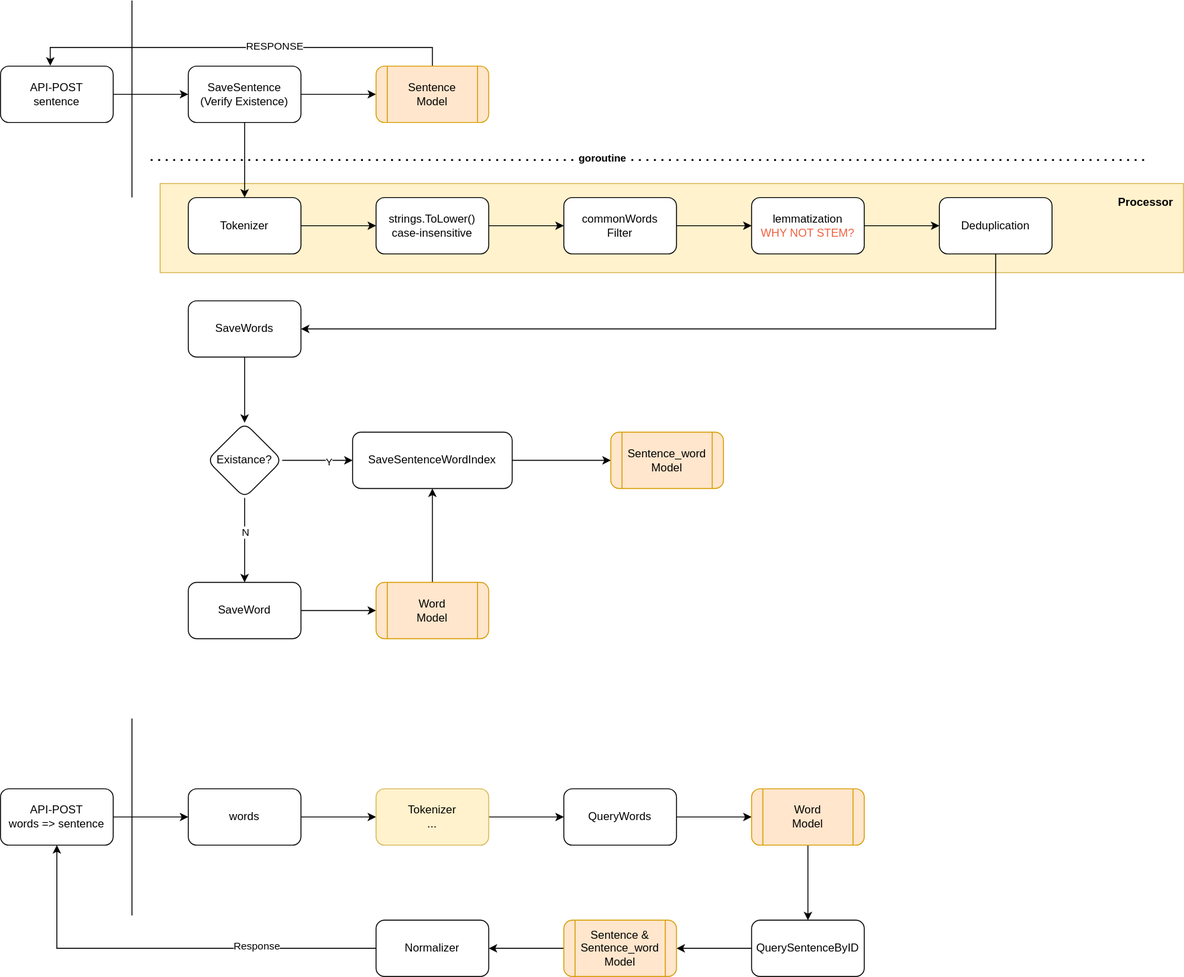
The draw.io diagram static/img/langs/go/sentence-module.svg in yayapao/docshub, before a commit. Source tidied: cells renumbered, new cells last; positions are measured from the earlier drawing's top-left corner, leaving out a move shared by most shapes. Source of this version:
```xml
<mxGraphModel>
  <root>
    <mxCell id="0" />
    <mxCell id="1" parent="0" />
    <mxCell id="2" style="rounded=0;whiteSpace=wrap;html=1;fillColor=#fff2cc;strokeColor=#d6b656;" parent="1" vertex="1">
      <mxGeometry x="170" y="195" width="1090" height="95" as="geometry" />
    </mxCell>
    <mxCell id="3" style="edgeStyle=orthogonalEdgeStyle;rounded=0;jettySize=auto;html=1;" parent="1" edge="1" source="4" target="7">
      <mxGeometry relative="1" as="geometry" />
    </mxCell>
    <mxCell id="4" value="API-POST&lt;br&gt;sentence" style="rounded=1;whiteSpace=wrap;html=1;" parent="1" vertex="1">
      <mxGeometry y="70" width="120" height="60" as="geometry" />
    </mxCell>
    <mxCell id="5" style="edgeStyle=orthogonalEdgeStyle;rounded=0;jettySize=auto;html=1;" parent="1" edge="1" source="7" target="10">
      <mxGeometry relative="1" as="geometry" />
    </mxCell>
    <mxCell id="6" style="edgeStyle=orthogonalEdgeStyle;rounded=0;jettySize=auto;html=1;" parent="1" edge="1" source="7" target="13">
      <mxGeometry relative="1" as="geometry" />
    </mxCell>
    <mxCell id="7" value="SaveSentence&lt;br&gt;(Verify Existence)" style="rounded=1;whiteSpace=wrap;html=1;" parent="1" vertex="1">
      <mxGeometry x="200" y="70" width="120" height="60" as="geometry" />
    </mxCell>
    <mxCell id="8" style="edgeStyle=orthogonalEdgeStyle;rounded=0;jettySize=auto;html=1;exitX=0.5;exitY=0;exitDx=0;exitDy=0;entryX=0.442;entryY=-0.008;entryDx=0;entryDy=0;entryPerimeter=0;" parent="1" edge="1" source="10" target="4">
      <mxGeometry relative="1" as="geometry" />
    </mxCell>
    <mxCell id="9" value="RESPONSE" style="edgeLabel;html=1;align=center;verticalAlign=middle;" parent="8" vertex="1">
      <mxGeometry x="-0.15" y="-2" relative="1" as="geometry" />
    </mxCell>
    <mxCell id="10" value="Sentence&lt;br&gt;Model" style="shape=process;whiteSpace=wrap;html=1;backgroundOutline=1;rounded=1;fillColor=#ffe6cc;strokeColor=#d79b00;" parent="1" vertex="1">
      <mxGeometry x="400" y="70" width="120" height="60" as="geometry" />
    </mxCell>
    <mxCell id="11" style="endArrow=none;html=1;rounded=0;" parent="1" edge="1">
      <mxGeometry relative="1" as="geometry">
        <mxPoint x="140" y="210" as="sourcePoint" />
        <mxPoint x="140" as="targetPoint" />
      </mxGeometry>
    </mxCell>
    <mxCell id="12" style="edgeStyle=orthogonalEdgeStyle;rounded=0;jettySize=auto;html=1;" parent="1" edge="1" source="13" target="17">
      <mxGeometry relative="1" as="geometry" />
    </mxCell>
    <mxCell id="13" value="Tokenizer" style="rounded=1;whiteSpace=wrap;html=1;" parent="1" vertex="1">
      <mxGeometry x="200" y="210" width="120" height="60" as="geometry" />
    </mxCell>
    <mxCell id="14" style="endArrow=none;dashed=1;html=1;dashPattern=1 3;strokeWidth=2;rounded=0;" parent="1" edge="1">
      <mxGeometry relative="1" as="geometry">
        <mxPoint x="160" y="170" as="sourcePoint" />
        <mxPoint x="1220" y="170" as="targetPoint" />
      </mxGeometry>
    </mxCell>
    <mxCell id="15" value="&lt;b&gt;goroutine&lt;/b&gt;" style="edgeLabel;html=1;align=center;verticalAlign=middle;" parent="14" vertex="1">
      <mxGeometry x="-0.1" y="4" relative="1" as="geometry">
        <mxPoint y="1" as="offset" />
      </mxGeometry>
    </mxCell>
    <mxCell id="16" style="edgeStyle=orthogonalEdgeStyle;rounded=0;jettySize=auto;html=1;" parent="1" edge="1" source="17" target="19">
      <mxGeometry relative="1" as="geometry" />
    </mxCell>
    <mxCell id="17" value="strings.ToLower()&lt;br&gt;case-insensitive" style="rounded=1;whiteSpace=wrap;html=1;" parent="1" vertex="1">
      <mxGeometry x="400" y="210" width="120" height="60" as="geometry" />
    </mxCell>
    <mxCell id="18" style="edgeStyle=orthogonalEdgeStyle;rounded=0;jettySize=auto;html=1;" parent="1" edge="1" source="19" target="21">
      <mxGeometry relative="1" as="geometry" />
    </mxCell>
    <mxCell id="19" value="commonWords&lt;br&gt;Filter" style="rounded=1;whiteSpace=wrap;html=1;" parent="1" vertex="1">
      <mxGeometry x="600" y="210" width="120" height="60" as="geometry" />
    </mxCell>
    <mxCell id="20" style="edgeStyle=orthogonalEdgeStyle;rounded=0;jettySize=auto;html=1;exitX=1;exitY=0.5;exitDx=0;exitDy=0;entryX=0;entryY=0.5;entryDx=0;entryDy=0;" parent="1" edge="1" source="21" target="55">
      <mxGeometry relative="1" as="geometry" />
    </mxCell>
    <mxCell id="21" value="lemmatization&lt;br&gt;&lt;font color=&quot;#ef613e&quot;&gt;WHY NOT STEM?&lt;/font&gt;" style="rounded=1;whiteSpace=wrap;html=1;" parent="1" vertex="1">
      <mxGeometry x="800" y="210" width="120" height="60" as="geometry" />
    </mxCell>
    <mxCell id="22" style="edgeStyle=orthogonalEdgeStyle;rounded=0;jettySize=auto;html=1;" parent="1" edge="1" source="23" target="28">
      <mxGeometry relative="1" as="geometry" />
    </mxCell>
    <mxCell id="23" value="SaveWords" style="rounded=1;whiteSpace=wrap;html=1;" parent="1" vertex="1">
      <mxGeometry x="200" y="320" width="120" height="60" as="geometry" />
    </mxCell>
    <mxCell id="24" style="edgeStyle=orthogonalEdgeStyle;rounded=0;jettySize=auto;html=1;" parent="1" edge="1" source="28" target="30">
      <mxGeometry relative="1" as="geometry" />
    </mxCell>
    <mxCell id="25" value="N" style="edgeLabel;html=1;align=center;verticalAlign=middle;" parent="24" vertex="1">
      <mxGeometry x="-0.21" relative="1" as="geometry" />
    </mxCell>
    <mxCell id="26" style="edgeStyle=orthogonalEdgeStyle;rounded=0;jettySize=auto;html=1;" parent="1" edge="1" source="28" target="32">
      <mxGeometry relative="1" as="geometry" />
    </mxCell>
    <mxCell id="27" value="Y" style="edgeLabel;html=1;align=center;verticalAlign=middle;" parent="26" vertex="1">
      <mxGeometry x="0.31" relative="1" as="geometry">
        <mxPoint y="1" as="offset" />
      </mxGeometry>
    </mxCell>
    <mxCell id="28" value="Existance?" style="rhombus;whiteSpace=wrap;html=1;rounded=1;" parent="1" vertex="1">
      <mxGeometry x="220" y="450" width="80" height="80" as="geometry" />
    </mxCell>
    <mxCell id="29" style="edgeStyle=orthogonalEdgeStyle;rounded=0;jettySize=auto;html=1;" parent="1" edge="1" source="30" target="34">
      <mxGeometry relative="1" as="geometry" />
    </mxCell>
    <mxCell id="30" value="SaveWord" style="whiteSpace=wrap;html=1;rounded=1;" parent="1" vertex="1">
      <mxGeometry x="200" y="620" width="120" height="60" as="geometry" />
    </mxCell>
    <mxCell id="31" style="edgeStyle=orthogonalEdgeStyle;rounded=0;jettySize=auto;html=1;" parent="1" edge="1" source="32" target="35">
      <mxGeometry relative="1" as="geometry" />
    </mxCell>
    <mxCell id="32" value="SaveSentenceWordIndex" style="whiteSpace=wrap;html=1;rounded=1;" parent="1" vertex="1">
      <mxGeometry x="375" y="460" width="170" height="60" as="geometry" />
    </mxCell>
    <mxCell id="33" style="edgeStyle=orthogonalEdgeStyle;rounded=0;jettySize=auto;html=1;exitX=0.5;exitY=0;exitDx=0;exitDy=0;entryX=0.5;entryY=1;entryDx=0;entryDy=0;" parent="1" edge="1" source="34" target="32">
      <mxGeometry relative="1" as="geometry" />
    </mxCell>
    <mxCell id="34" value="Word&lt;br&gt;Model" style="shape=process;whiteSpace=wrap;html=1;backgroundOutline=1;rounded=1;fillColor=#ffe6cc;strokeColor=#d79b00;" parent="1" vertex="1">
      <mxGeometry x="400" y="620" width="120" height="60" as="geometry" />
    </mxCell>
    <mxCell id="35" value="Sentence_word&lt;br&gt;Model" style="shape=process;whiteSpace=wrap;html=1;backgroundOutline=1;rounded=1;fillColor=#ffe6cc;strokeColor=#d79b00;" parent="1" vertex="1">
      <mxGeometry x="650" y="460" width="120" height="60" as="geometry" />
    </mxCell>
    <mxCell id="36" style="edgeStyle=orthogonalEdgeStyle;rounded=0;jettySize=auto;html=1;" parent="1" edge="1" source="37" target="39">
      <mxGeometry relative="1" as="geometry" />
    </mxCell>
    <mxCell id="37" value="API-POST&lt;br&gt;words =&amp;gt; sentence" style="rounded=1;whiteSpace=wrap;html=1;" parent="1" vertex="1">
      <mxGeometry y="840" width="120" height="60" as="geometry" />
    </mxCell>
    <mxCell id="38" style="edgeStyle=orthogonalEdgeStyle;rounded=0;jettySize=auto;html=1;" parent="1" edge="1" source="39" target="41">
      <mxGeometry relative="1" as="geometry" />
    </mxCell>
    <mxCell id="39" value="words" style="rounded=1;whiteSpace=wrap;html=1;" parent="1" vertex="1">
      <mxGeometry x="200" y="840" width="120" height="60" as="geometry" />
    </mxCell>
    <mxCell id="40" style="edgeStyle=orthogonalEdgeStyle;rounded=0;jettySize=auto;html=1;" parent="1" edge="1" source="41" target="44">
      <mxGeometry relative="1" as="geometry" />
    </mxCell>
    <mxCell id="41" value="Tokenizer&lt;br&gt;..." style="whiteSpace=wrap;html=1;rounded=1;fillColor=#fff2cc;strokeColor=#d6b656;" parent="1" vertex="1">
      <mxGeometry x="400" y="840" width="120" height="60" as="geometry" />
    </mxCell>
    <mxCell id="42" style="endArrow=none;html=1;rounded=0;" parent="1" edge="1">
      <mxGeometry relative="1" as="geometry">
        <mxPoint x="140" y="975" as="sourcePoint" />
        <mxPoint x="140" y="765" as="targetPoint" />
      </mxGeometry>
    </mxCell>
    <mxCell id="43" style="edgeStyle=orthogonalEdgeStyle;rounded=0;jettySize=auto;html=1;" parent="1" edge="1" source="44" target="46">
      <mxGeometry relative="1" as="geometry" />
    </mxCell>
    <mxCell id="44" value="QueryWords" style="whiteSpace=wrap;html=1;rounded=1;" parent="1" vertex="1">
      <mxGeometry x="600" y="840" width="120" height="60" as="geometry" />
    </mxCell>
    <mxCell id="45" style="edgeStyle=orthogonalEdgeStyle;rounded=0;jettySize=auto;html=1;" parent="1" edge="1" source="46" target="48">
      <mxGeometry relative="1" as="geometry" />
    </mxCell>
    <mxCell id="46" value="Word&lt;br&gt;Model" style="shape=process;whiteSpace=wrap;html=1;backgroundOutline=1;rounded=1;fillColor=#ffe6cc;strokeColor=#d79b00;" parent="1" vertex="1">
      <mxGeometry x="800" y="840" width="120" height="60" as="geometry" />
    </mxCell>
    <mxCell id="47" style="edgeStyle=orthogonalEdgeStyle;rounded=0;jettySize=auto;html=1;" parent="1" edge="1" source="48" target="50">
      <mxGeometry relative="1" as="geometry" />
    </mxCell>
    <mxCell id="48" value="QuerySentenceByID" style="whiteSpace=wrap;html=1;rounded=1;" parent="1" vertex="1">
      <mxGeometry x="800" y="980" width="120" height="60" as="geometry" />
    </mxCell>
    <mxCell id="49" style="edgeStyle=orthogonalEdgeStyle;rounded=0;jettySize=auto;html=1;" parent="1" edge="1" source="50" target="53">
      <mxGeometry relative="1" as="geometry" />
    </mxCell>
    <mxCell id="50" value="Sentence &amp;amp; Sentence_word&lt;br&gt;Model" style="shape=process;whiteSpace=wrap;html=1;backgroundOutline=1;rounded=1;fillColor=#ffe6cc;strokeColor=#d79b00;" parent="1" vertex="1">
      <mxGeometry x="600" y="980" width="120" height="60" as="geometry" />
    </mxCell>
    <mxCell id="51" style="edgeStyle=orthogonalEdgeStyle;rounded=0;jettySize=auto;html=1;exitX=0;exitY=0.5;exitDx=0;exitDy=0;entryX=0.5;entryY=1;entryDx=0;entryDy=0;" parent="1" edge="1" source="53" target="37">
      <mxGeometry relative="1" as="geometry" />
    </mxCell>
    <mxCell id="52" value="Response" style="edgeLabel;html=1;align=center;verticalAlign=middle;" parent="51" vertex="1">
      <mxGeometry x="-0.43" y="-3" relative="1" as="geometry" />
    </mxCell>
    <mxCell id="53" value="Normalizer" style="whiteSpace=wrap;html=1;rounded=1;" parent="1" vertex="1">
      <mxGeometry x="400" y="980" width="120" height="60" as="geometry" />
    </mxCell>
    <mxCell id="54" style="edgeStyle=orthogonalEdgeStyle;rounded=0;jettySize=auto;html=1;exitX=0.5;exitY=1;exitDx=0;exitDy=0;entryX=1;entryY=0.5;entryDx=0;entryDy=0;" parent="1" edge="1" source="55" target="23">
      <mxGeometry relative="1" as="geometry" />
    </mxCell>
    <mxCell id="55" value="Deduplication" style="rounded=1;whiteSpace=wrap;html=1;" parent="1" vertex="1">
      <mxGeometry x="1000" y="210" width="120" height="60" as="geometry" />
    </mxCell>
    <mxCell id="56" value="Processor" style="text;html=1;strokeColor=none;fillColor=none;align=center;verticalAlign=middle;whiteSpace=wrap;rounded=0;fontColor=#000000;fontStyle=1;" parent="1" vertex="1">
      <mxGeometry x="1190" y="200" width="60" height="30" as="geometry" />
    </mxCell>
  </root>
</mxGraphModel>
```
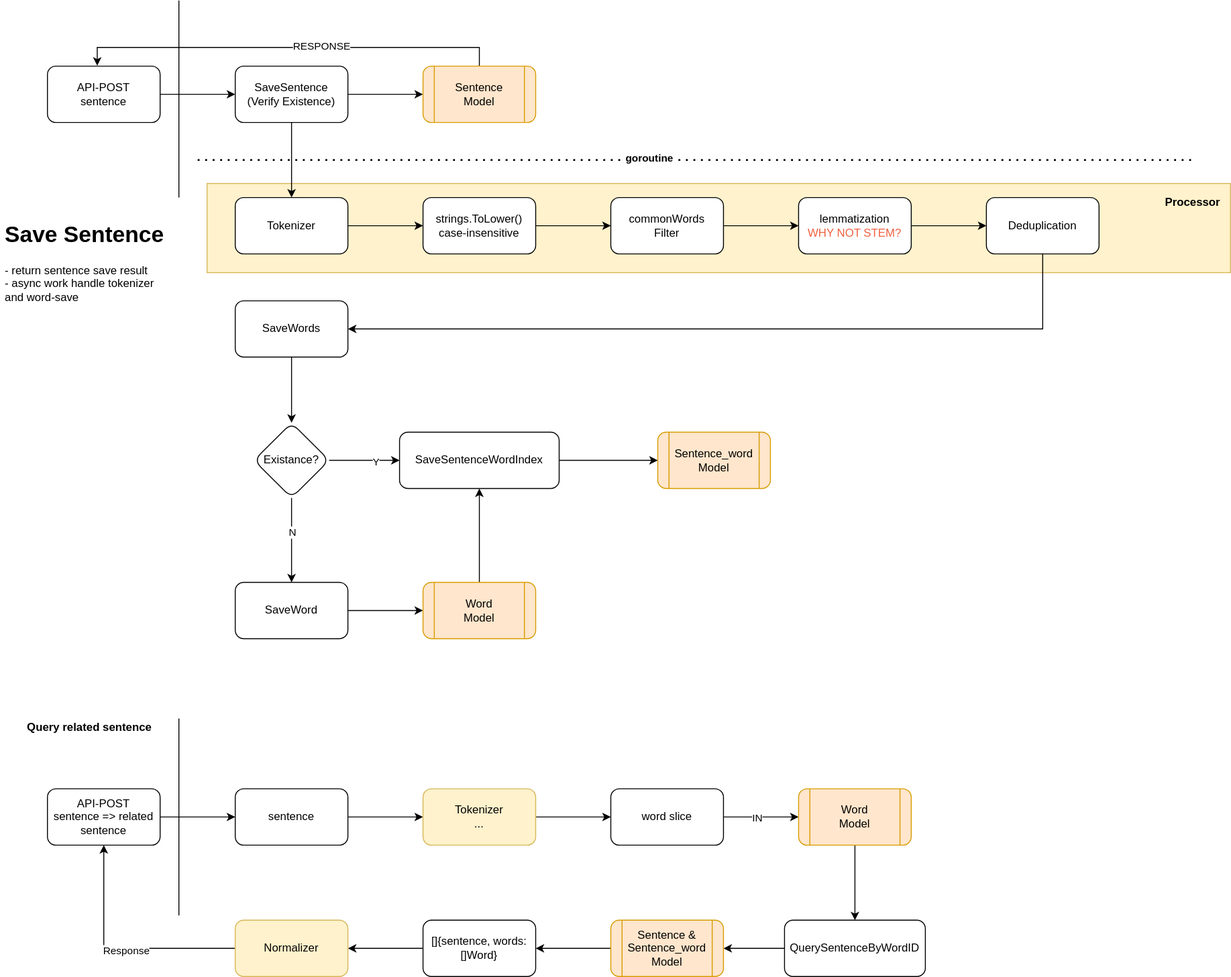
Above is the later version.

Diff of the diagram source:
```diff
@@ -117,13 +117,13 @@
     <mxCell id="36" style="edgeStyle=orthogonalEdgeStyle;rounded=0;jettySize=auto;html=1;" parent="1" edge="1" source="37" target="39">
       <mxGeometry relative="1" as="geometry" />
     </mxCell>
-    <mxCell id="37" value="API-POST&lt;br&gt;words =&amp;gt; sentence" style="rounded=1;whiteSpace=wrap;html=1;" parent="1" vertex="1">
+    <mxCell id="37" value="API-POST&lt;br&gt;sentence =&amp;gt; related sentence" style="rounded=1;whiteSpace=wrap;html=1;" parent="1" vertex="1">
       <mxGeometry y="840" width="120" height="60" as="geometry" />
     </mxCell>
     <mxCell id="38" style="edgeStyle=orthogonalEdgeStyle;rounded=0;jettySize=auto;html=1;" parent="1" edge="1" source="39" target="41">
       <mxGeometry relative="1" as="geometry" />
     </mxCell>
-    <mxCell id="39" value="words" style="rounded=1;whiteSpace=wrap;html=1;" parent="1" vertex="1">
+    <mxCell id="39" value="sentence" style="rounded=1;whiteSpace=wrap;html=1;" parent="1" vertex="1">
       <mxGeometry x="200" y="840" width="120" height="60" as="geometry" />
     </mxCell>
     <mxCell id="40" style="edgeStyle=orthogonalEdgeStyle;rounded=0;jettySize=auto;html=1;" parent="1" edge="1" source="41" target="44">
@@ -141,7 +141,10 @@
     <mxCell id="43" style="edgeStyle=orthogonalEdgeStyle;rounded=0;jettySize=auto;html=1;" parent="1" edge="1" source="44" target="46">
       <mxGeometry relative="1" as="geometry" />
     </mxCell>
+    <mxCell id="57" value="IN" style="edgeLabel;html=1;align=center;verticalAlign=middle;" parent="43" vertex="1">
+      <mxGeometry x="-0.12" relative="1" as="geometry" />
+    </mxCell>
-    <mxCell id="44" value="QueryWords" style="whiteSpace=wrap;html=1;rounded=1;" parent="1" vertex="1">
+    <mxCell id="44" value="word slice" style="whiteSpace=wrap;html=1;rounded=1;" parent="1" vertex="1">
       <mxGeometry x="600" y="840" width="120" height="60" as="geometry" />
     </mxCell>
     <mxCell id="45" style="edgeStyle=orthogonalEdgeStyle;rounded=0;jettySize=auto;html=1;" parent="1" edge="1" source="46" target="48">
@@ -153,8 +156,8 @@
     <mxCell id="47" style="edgeStyle=orthogonalEdgeStyle;rounded=0;jettySize=auto;html=1;" parent="1" edge="1" source="48" target="50">
       <mxGeometry relative="1" as="geometry" />
     </mxCell>
-    <mxCell id="48" value="QuerySentenceByID" style="whiteSpace=wrap;html=1;rounded=1;" parent="1" vertex="1">
-      <mxGeometry x="800" y="980" width="120" height="60" as="geometry" />
+    <mxCell id="48" value="QuerySentenceByWordID" style="whiteSpace=wrap;html=1;rounded=1;" parent="1" vertex="1">
+      <mxGeometry x="785" y="980" width="150" height="60" as="geometry" />
     </mxCell>
     <mxCell id="49" style="edgeStyle=orthogonalEdgeStyle;rounded=0;jettySize=auto;html=1;" parent="1" edge="1" source="50" target="53">
       <mxGeometry relative="1" as="geometry" />
@@ -162,13 +165,10 @@
     <mxCell id="50" value="Sentence &amp;amp; Sentence_word&lt;br&gt;Model" style="shape=process;whiteSpace=wrap;html=1;backgroundOutline=1;rounded=1;fillColor=#ffe6cc;strokeColor=#d79b00;" parent="1" vertex="1">
       <mxGeometry x="600" y="980" width="120" height="60" as="geometry" />
     </mxCell>
-    <mxCell id="51" style="edgeStyle=orthogonalEdgeStyle;rounded=0;jettySize=auto;html=1;exitX=0;exitY=0.5;exitDx=0;exitDy=0;entryX=0.5;entryY=1;entryDx=0;entryDy=0;" parent="1" edge="1" source="53" target="37">
-      <mxGeometry relative="1" as="geometry" />
-    </mxCell>
-    <mxCell id="52" value="Response" style="edgeLabel;html=1;align=center;verticalAlign=middle;" parent="51" vertex="1">
-      <mxGeometry x="-0.43" y="-3" relative="1" as="geometry" />
-    </mxCell>
+    <mxCell id="58" style="edgeStyle=orthogonalEdgeStyle;rounded=0;jettySize=auto;html=1;" parent="1" edge="1" source="53" target="60">
+      <mxGeometry relative="1" as="geometry" />
+    </mxCell>
-    <mxCell id="53" value="Normalizer" style="whiteSpace=wrap;html=1;rounded=1;" parent="1" vertex="1">
+    <mxCell id="53" value="[]{sentence, words: []Word}" style="whiteSpace=wrap;html=1;rounded=1;" parent="1" vertex="1">
       <mxGeometry x="400" y="980" width="120" height="60" as="geometry" />
     </mxCell>
     <mxCell id="54" style="edgeStyle=orthogonalEdgeStyle;rounded=0;jettySize=auto;html=1;exitX=0.5;exitY=1;exitDx=0;exitDy=0;entryX=1;entryY=0.5;entryDx=0;entryDy=0;" parent="1" edge="1" source="55" target="23">
@@ -180,5 +180,20 @@
     <mxCell id="56" value="Processor" style="text;html=1;strokeColor=none;fillColor=none;align=center;verticalAlign=middle;whiteSpace=wrap;rounded=0;fontColor=#000000;fontStyle=1;" parent="1" vertex="1">
       <mxGeometry x="1190" y="200" width="60" height="30" as="geometry" />
     </mxCell>
+    <mxCell id="59" style="edgeStyle=orthogonalEdgeStyle;rounded=0;jettySize=auto;html=1;exitX=0;exitY=0.5;exitDx=0;exitDy=0;entryX=0.5;entryY=1;entryDx=0;entryDy=0;" parent="1" edge="1" source="60" target="37">
+      <mxGeometry relative="1" as="geometry" />
+    </mxCell>
+    <mxCell id="52" value="Response" style="edgeLabel;html=1;align=center;verticalAlign=middle;" parent="59" vertex="1">
+      <mxGeometry x="-0.06" y="2" relative="1" as="geometry" />
+    </mxCell>
+    <mxCell id="60" value="Normalizer" style="whiteSpace=wrap;html=1;rounded=1;fillColor=#fff2cc;strokeColor=#d6b656;" parent="1" vertex="1">
+      <mxGeometry x="200" y="980" width="120" height="60" as="geometry" />
+    </mxCell>
+    <mxCell id="61" value="&lt;h1&gt;Save Sentence&lt;/h1&gt;&lt;p&gt;- return sentence save result&lt;br&gt;- async work handle tokenizer and word-save&lt;/p&gt;" style="text;html=1;strokeColor=none;fillColor=none;spacing=5;spacingTop=-20;whiteSpace=wrap;overflow=hidden;rounded=0;" parent="1" vertex="1">
+      <mxGeometry x="-50" y="230" width="190" height="120" as="geometry" />
+    </mxCell>
+    <mxCell id="62" value="&lt;b&gt;Query related sentence&lt;/b&gt;" style="text;html=1;strokeColor=none;fillColor=none;align=center;verticalAlign=middle;whiteSpace=wrap;rounded=0;" parent="1" vertex="1">
+      <mxGeometry x="-50" y="760" width="190" height="30" as="geometry" />
+    </mxCell>
   </root>
 </mxGraphModel>
```
